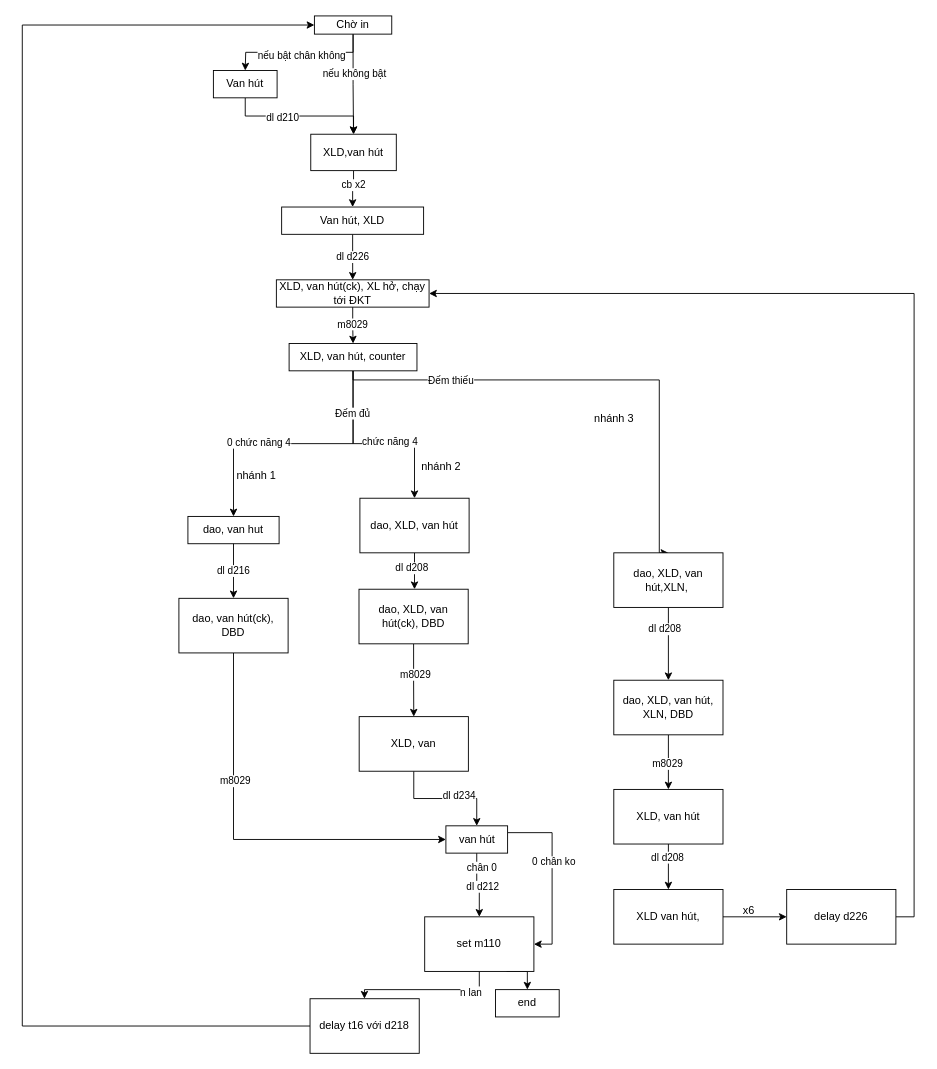
This is trai muc truoc.drawio from robowindgit/a0-quyencun, a draw.io file, before an edit. Source tidied: cells renumbered, new cells numbered last; positions are measured from the earlier drawing's top-left corner, leaving out a move shared by most shapes. Both pictures are drawn from the tidied source at 91%, with x=0, y=0 at pixel (22, 15).
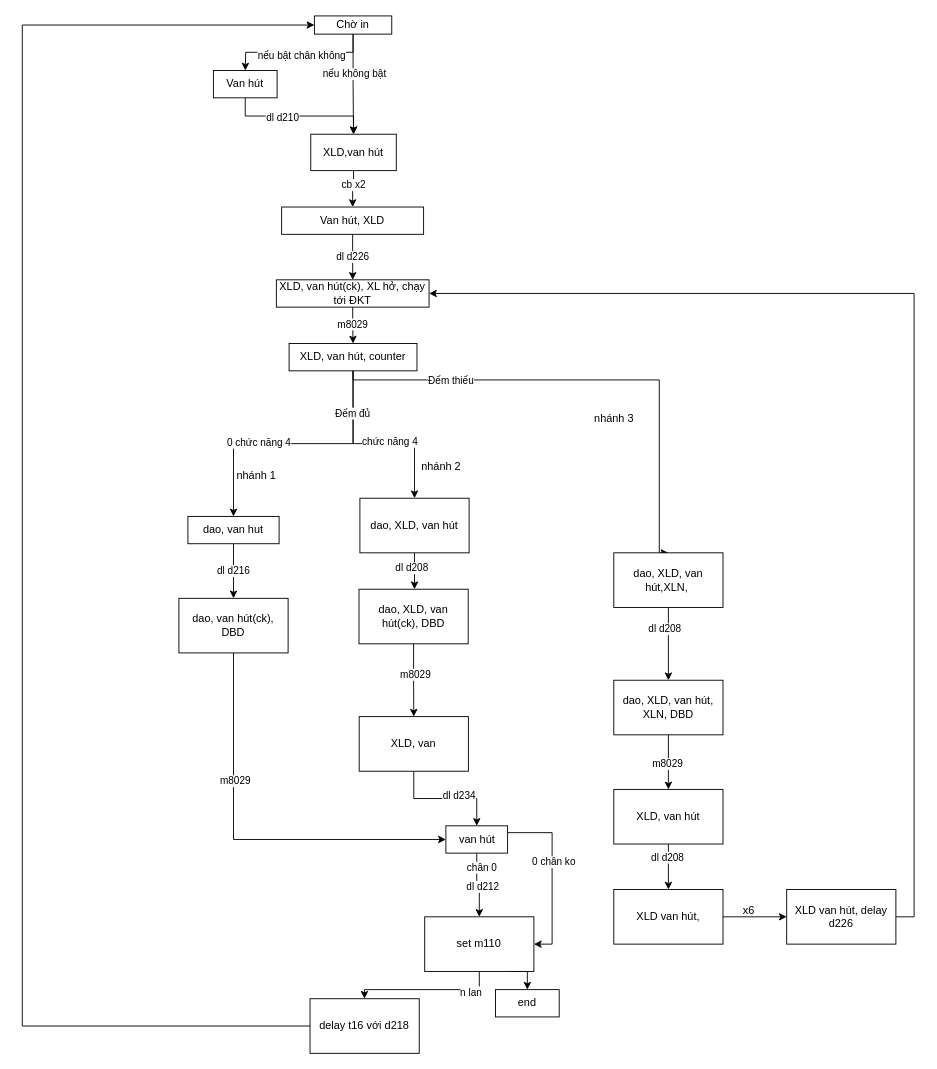
The same diagram, later.

Commit message:
Cập nhật trai muc truoc.drawio

What changed in the source:
```diff
@@
-    <mxCell id="70" value="delay d226" style="whiteSpace=wrap;html=1;" parent="1" vertex="1">
+    <mxCell id="70" value="XLD van hút, delay d226" style="whiteSpace=wrap;html=1;" parent="1" vertex="1">
       <mxGeometry x="840" y="960" width="120" height="60" as="geometry" />
     </mxCell>
```
